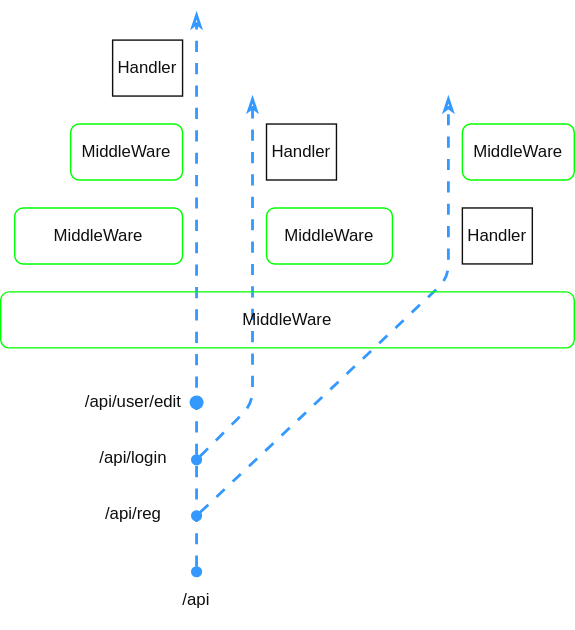
This is docs/rust/axum/images/middleware.drawio.svg from htgithub194/self-study, a draw.io export, as it was before one commit. Source tidied: cells renumbered, new cells last; positions are measured from the earlier drawing's top-left corner, leaving out a move shared by most shapes.
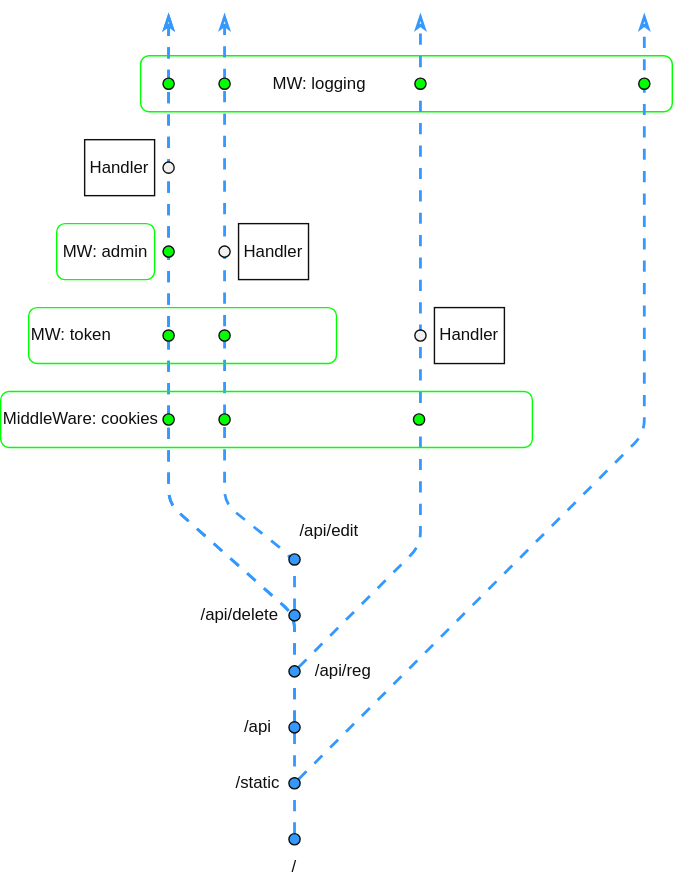
Above is the later version.

What changed in the source:
```diff
@@ -2,68 +2,154 @@
   <root>
     <mxCell id="0" />
     <mxCell id="1" parent="0" />
+    <mxCell id="18" style="endArrow=classicThin;html=1;fontColor=light-dark(#007FFF,#007FFF);strokeColor=light-dark(#3399FF,#3399FF);strokeWidth=2;endFill=0;startArrow=oval;startFill=1;flowAnimation=1;exitX=0.5;exitY=0;exitDx=0;exitDy=0;" parent="1" edge="1" source="37">
+      <mxGeometry relative="1" as="geometry">
+        <mxPoint x="140" y="-70" as="targetPoint" />
+        <Array as="points">
+          <mxPoint x="230" y="390" />
+          <mxPoint x="230" y="360" />
+          <mxPoint x="140" y="280" />
+        </Array>
+      </mxGeometry>
+    </mxCell>
+    <mxCell id="19" style="rounded=1;whiteSpace=wrap;html=1;fillColor=none;strokeColor=light-dark(#00FF00,#00FF00);fontColor=light-dark(#0F0F0F,#F0F0F0);" parent="1" vertex="1">
+      <mxGeometry x="120" y="-40" width="380" height="40" as="geometry" />
+    </mxCell>
     <mxCell id="2" style="endArrow=classicThin;html=1;fontColor=light-dark(#007FFF,#007FFF);strokeColor=light-dark(#3399FF,#3399FF);strokeWidth=2;endFill=0;startArrow=oval;startFill=1;flowAnimation=1;" parent="1" edge="1">
       <mxGeometry relative="1" as="geometry">
-        <mxPoint x="140" y="400" as="sourcePoint" />
-        <mxPoint x="140" as="targetPoint" />
+        <mxPoint x="230" y="440" as="sourcePoint" />
+        <mxPoint x="140" y="-70" as="targetPoint" />
+        <Array as="points">
+          <mxPoint x="230" y="390" />
+          <mxPoint x="230" y="360" />
+          <mxPoint x="140" y="280" />
+        </Array>
       </mxGeometry>
     </mxCell>
     <mxCell id="3" style="endArrow=classicThin;html=1;fontColor=light-dark(#007FFF,#007FFF);strokeColor=light-dark(#3399FF,#3399FF);strokeWidth=2;endFill=0;startArrow=oval;startFill=1;flowAnimation=1;" parent="1" edge="1">
       <mxGeometry relative="1" as="geometry">
-        <mxPoint x="140" y="320" as="sourcePoint" />
-        <mxPoint x="180" y="60" as="targetPoint" />
+        <mxPoint x="230" y="360" as="sourcePoint" />
+        <mxPoint x="180" y="-70" as="targetPoint" />
         <Array as="points">
+          <mxPoint x="230" y="320" />
           <mxPoint x="180" y="280" />
         </Array>
       </mxGeometry>
     </mxCell>
     <mxCell id="4" style="endArrow=classicThin;html=1;fontColor=light-dark(#007FFF,#007FFF);strokeColor=light-dark(#3399FF,#3399FF);strokeWidth=2;endFill=0;startArrow=oval;startFill=1;flowAnimation=1;" parent="1" edge="1">
       <mxGeometry relative="1" as="geometry">
-        <mxPoint x="140" y="360" as="sourcePoint" />
-        <mxPoint x="320" y="60" as="targetPoint" />
+        <mxPoint x="230" y="400" as="sourcePoint" />
+        <mxPoint x="320" y="-70" as="targetPoint" />
         <Array as="points">
-          <mxPoint x="320" y="190" />
+          <mxPoint x="320" y="310" />
+          <mxPoint x="320" y="220" />
         </Array>
       </mxGeometry>
     </mxCell>
     <mxCell id="5" value="Handler" style="text;html=1;align=center;verticalAlign=middle;whiteSpace=wrap;rounded=0;fontColor=light-dark(#0F0F0F,#F0F0F0);strokeColor=light-dark(#0F0F0F,#F0F0F0);" parent="1" vertex="1">
       <mxGeometry x="80" y="20" width="50" height="40" as="geometry" />
     </mxCell>
-    <mxCell id="6" value="MiddleWare" style="rounded=1;whiteSpace=wrap;html=1;fillColor=none;strokeColor=light-dark(#00FF00,#00FF00);fontColor=light-dark(#0F0F0F,#F0F0F0);" parent="1" vertex="1">
-      <mxGeometry y="200" width="410" height="40" as="geometry" />
+    <mxCell id="6" value="MiddleWare: cookies" style="rounded=1;whiteSpace=wrap;html=1;fillColor=none;strokeColor=light-dark(#00FF00,#00FF00);fontColor=light-dark(#0F0F0F,#F0F0F0);align=left;" parent="1" vertex="1">
+      <mxGeometry x="20" y="200" width="380" height="40" as="geometry" />
     </mxCell>
-    <mxCell id="7" value="MiddleWare" style="rounded=1;whiteSpace=wrap;html=1;fillColor=none;strokeColor=light-dark(#00FF00,#00FF00);fontColor=light-dark(#0F0F0F,#F0F0F0);" parent="1" vertex="1">
-      <mxGeometry x="10" y="140" width="120" height="40" as="geometry" />
+    <mxCell id="7" value="MW: token" style="rounded=1;whiteSpace=wrap;html=1;fillColor=none;strokeColor=light-dark(#00FF00,#00FF00);fontColor=light-dark(#0F0F0F,#F0F0F0);align=left;" parent="1" vertex="1">
+      <mxGeometry x="40" y="140" width="220" height="40" as="geometry" />
     </mxCell>
-    <mxCell id="8" value="MiddleWare" style="rounded=1;whiteSpace=wrap;html=1;fillColor=none;strokeColor=light-dark(#00FF00,#00FF00);fontColor=light-dark(#0F0F0F,#F0F0F0);" parent="1" vertex="1">
-      <mxGeometry x="50" y="80" width="80" height="40" as="geometry" />
+    <mxCell id="8" value="MW: admin" style="rounded=1;whiteSpace=wrap;html=1;fillColor=none;strokeColor=light-dark(#00FF00,#00FF00);fontColor=light-dark(#0F0F0F,#F0F0F0);" parent="1" vertex="1">
+      <mxGeometry x="60" y="80" width="70" height="40" as="geometry" />
     </mxCell>
-    <mxCell id="9" value="MiddleWare" style="rounded=1;whiteSpace=wrap;html=1;fillColor=none;strokeColor=light-dark(#00FF00,#00FF00);fontColor=light-dark(#0F0F0F,#F0F0F0);" parent="1" vertex="1">
-      <mxGeometry x="190" y="140" width="90" height="40" as="geometry" />
-    </mxCell>
     <mxCell id="10" value="Handler" style="text;html=1;align=center;verticalAlign=middle;whiteSpace=wrap;rounded=0;fontColor=light-dark(#0F0F0F,#F0F0F0);strokeColor=light-dark(#0F0F0F,#F0F0F0);" parent="1" vertex="1">
       <mxGeometry x="190" y="80" width="50" height="40" as="geometry" />
     </mxCell>
     <mxCell id="11" value="/api" style="text;html=1;align=center;verticalAlign=middle;whiteSpace=wrap;rounded=0;fontColor=light-dark(#0F0F0F,#F0F0F0);strokeColor=none;" parent="1" vertex="1">
-      <mxGeometry x="100" y="400" width="80" height="40" as="geometry" />
+      <mxGeometry x="184" y="425" width="40" height="30" as="geometry" />
     </mxCell>
     <mxCell id="12" value="Handler" style="text;html=1;align=center;verticalAlign=middle;whiteSpace=wrap;rounded=0;fontColor=light-dark(#0F0F0F,#F0F0F0);strokeColor=light-dark(#0F0F0F,#F0F0F0);" parent="1" vertex="1">
       <mxGeometry x="330" y="140" width="50" height="40" as="geometry" />
     </mxCell>
     <mxCell id="13" value="/api/reg" style="text;html=1;align=center;verticalAlign=middle;whiteSpace=wrap;rounded=0;fontColor=light-dark(#0F0F0F,#F0F0F0);strokeColor=none;" parent="1" vertex="1">
-      <mxGeometry x="55" y="339" width="80" height="40" as="geometry" />
+      <mxGeometry x="240" y="382.5" width="50" height="35" as="geometry" />
     </mxCell>
-    <mxCell id="14" style="ellipse;whiteSpace=wrap;html=1;strokeColor=none;fillColor=light-dark(#3399FF,#3399FF);" parent="1" vertex="1">
-      <mxGeometry x="135" y="274" width="10" height="10" as="geometry" />
+    <mxCell id="14" style="ellipse;whiteSpace=wrap;html=1;strokeColor=light-dark(#0F0F0F,#F0F0F0);fillColor=light-dark(#3399FF,#3399FF);" parent="1" vertex="1">
+      <mxGeometry x="226" y="356" width="8" height="8" as="geometry" />
     </mxCell>
-    <mxCell id="15" value="/api/login" style="text;html=1;align=center;verticalAlign=middle;whiteSpace=wrap;rounded=0;fontColor=light-dark(#0F0F0F,#F0F0F0);strokeColor=none;" parent="1" vertex="1">
-      <mxGeometry x="55" y="299" width="80" height="40" as="geometry" />
+    <mxCell id="15" value="/api/edit" style="text;html=1;align=center;verticalAlign=middle;whiteSpace=wrap;rounded=0;fontColor=light-dark(#0F0F0F,#F0F0F0);strokeColor=none;" parent="1" vertex="1">
+      <mxGeometry x="230" y="280" width="50" height="40" as="geometry" />
     </mxCell>
-    <mxCell id="16" value="/api/user/edit" style="text;html=1;align=center;verticalAlign=middle;whiteSpace=wrap;rounded=0;fontColor=light-dark(#0F0F0F,#F0F0F0);strokeColor=none;" parent="1" vertex="1">
-      <mxGeometry x="55" y="259" width="80" height="40" as="geometry" />
+    <mxCell id="16" value="/api/delete" style="text;html=1;align=center;verticalAlign=middle;whiteSpace=wrap;rounded=0;fontColor=light-dark(#0F0F0F,#F0F0F0);strokeColor=none;" parent="1" vertex="1">
+      <mxGeometry x="156" y="340" width="70" height="40" as="geometry" />
     </mxCell>
-    <mxCell id="17" value="MiddleWare" style="rounded=1;whiteSpace=wrap;html=1;fillColor=none;strokeColor=light-dark(#00FF00,#00FF00);fontColor=light-dark(#0F0F0F,#F0F0F0);" parent="1" vertex="1">
-      <mxGeometry x="330" y="80" width="80" height="40" as="geometry" />
-    </mxCell>
+    <mxCell id="20" style="ellipse;whiteSpace=wrap;html=1;strokeColor=light-dark(#0F0F0F,#F0F0F0);fillColor=light-dark(#3399FF,#3399FF);" parent="1" vertex="1">
+      <mxGeometry x="226" y="396" width="8" height="8" as="geometry" />
+    </mxCell>
+    <mxCell id="21" style="ellipse;whiteSpace=wrap;html=1;strokeColor=light-dark(#0F0F0F,#F0F0F0);fillColor=light-dark(#3399FF,#3399FF);" parent="1" vertex="1">
+      <mxGeometry x="226" y="436" width="8" height="8" as="geometry" />
+    </mxCell>
+    <mxCell id="22" style="ellipse;whiteSpace=wrap;html=1;strokeColor=light-dark(#0F0F0F,#F0F0F0);fillColor=light-dark(#3399FF,#3399FF);" parent="1" vertex="1">
+      <mxGeometry x="226" y="316" width="8" height="8" as="geometry" />
+    </mxCell>
+    <mxCell id="23" style="ellipse;whiteSpace=wrap;html=1;strokeColor=light-dark(#0F0F0F,#F0F0F0);fillColor=light-dark(#00FF00,#00FF00);" parent="1" vertex="1">
+      <mxGeometry x="315" y="216" width="8" height="8" as="geometry" />
+    </mxCell>
+    <mxCell id="24" style="ellipse;whiteSpace=wrap;html=1;strokeColor=light-dark(#0F0F0F,#F0F0F0);fillColor=light-dark(#00FF00,#00FF00);" parent="1" vertex="1">
+      <mxGeometry x="176" y="216" width="8" height="8" as="geometry" />
+    </mxCell>
+    <mxCell id="25" style="ellipse;whiteSpace=wrap;html=1;strokeColor=light-dark(#0F0F0F,#F0F0F0);fillColor=light-dark(#00FF00,#00FF00);" parent="1" vertex="1">
+      <mxGeometry x="316" y="-24" width="8" height="8" as="geometry" />
+    </mxCell>
+    <mxCell id="26" style="ellipse;whiteSpace=wrap;html=1;strokeColor=light-dark(#0F0F0F,#F0F0F0);fillColor=light-dark(#00FF00,#00FF00);" parent="1" vertex="1">
+      <mxGeometry x="176" y="156" width="8" height="8" as="geometry" />
+    </mxCell>
+    <mxCell id="27" style="ellipse;whiteSpace=wrap;html=1;strokeColor=light-dark(#0F0F0F,#F0F0F0);fillColor=light-dark(#00FF00,#00FF00);" parent="1" vertex="1">
+      <mxGeometry x="136" y="216" width="8" height="8" as="geometry" />
+    </mxCell>
+    <mxCell id="28" style="ellipse;whiteSpace=wrap;html=1;strokeColor=light-dark(#0F0F0F,#F0F0F0);fillColor=light-dark(#00FF00,#00FF00);" parent="1" vertex="1">
+      <mxGeometry x="136" y="156" width="8" height="8" as="geometry" />
+    </mxCell>
+    <mxCell id="29" style="ellipse;whiteSpace=wrap;html=1;strokeColor=light-dark(#0F0F0F,#F0F0F0);fillColor=light-dark(#00FF00,#00FF00);" parent="1" vertex="1">
+      <mxGeometry x="136" y="96" width="8" height="8" as="geometry" />
+    </mxCell>
+    <mxCell id="30" style="ellipse;whiteSpace=wrap;html=1;strokeColor=light-dark(#0F0F0F,#F0F0F0);fillColor=light-dark(#F0F0F0,#0F0F0F);" parent="1" vertex="1">
+      <mxGeometry x="316" y="156" width="8" height="8" as="geometry" />
+    </mxCell>
+    <mxCell id="31" style="ellipse;whiteSpace=wrap;html=1;strokeColor=light-dark(#0F0F0F,#F0F0F0);fillColor=light-dark(#F0F0F0,#0F0F0F);" parent="1" vertex="1">
+      <mxGeometry x="176" y="96" width="8" height="8" as="geometry" />
+    </mxCell>
+    <mxCell id="32" style="ellipse;whiteSpace=wrap;html=1;strokeColor=light-dark(#0F0F0F,#F0F0F0);fillColor=light-dark(#F0F0F0,#0F0F0F);" parent="1" vertex="1">
+      <mxGeometry x="136" y="36" width="8" height="8" as="geometry" />
+    </mxCell>
+    <mxCell id="33" style="ellipse;whiteSpace=wrap;html=1;strokeColor=light-dark(#0F0F0F,#F0F0F0);fillColor=light-dark(#00FF00,#00FF00);" parent="1" vertex="1">
+      <mxGeometry x="136" y="-24" width="8" height="8" as="geometry" />
+    </mxCell>
+    <mxCell id="34" style="ellipse;whiteSpace=wrap;html=1;strokeColor=light-dark(#0F0F0F,#F0F0F0);fillColor=light-dark(#00FF00,#00FF00);" parent="1" vertex="1">
+      <mxGeometry x="176" y="-24" width="8" height="8" as="geometry" />
+    </mxCell>
+    <mxCell id="35" style="endArrow=classicThin;html=1;fontColor=light-dark(#007FFF,#007FFF);strokeColor=light-dark(#3399FF,#3399FF);strokeWidth=2;endFill=0;startArrow=oval;startFill=1;flowAnimation=1;" parent="1" edge="1">
+      <mxGeometry relative="1" as="geometry">
+        <mxPoint x="230" y="480" as="sourcePoint" />
+        <mxPoint x="480" y="-70" as="targetPoint" />
+        <Array as="points">
+          <mxPoint x="480" y="230" />
+        </Array>
+      </mxGeometry>
+    </mxCell>
+    <mxCell id="36" value="/static" style="text;html=1;align=center;verticalAlign=middle;whiteSpace=wrap;rounded=0;fontColor=light-dark(#0F0F0F,#F0F0F0);strokeColor=none;" parent="1" vertex="1">
+      <mxGeometry x="184" y="460" width="40" height="40" as="geometry" />
+    </mxCell>
+    <mxCell id="37" value="/" style="text;html=1;align=center;verticalAlign=middle;whiteSpace=wrap;rounded=0;fontColor=light-dark(#0F0F0F,#F0F0F0);strokeColor=none;" parent="1" vertex="1">
+      <mxGeometry x="210" y="520" width="40" height="40" as="geometry" />
+    </mxCell>
+    <mxCell id="38" style="ellipse;whiteSpace=wrap;html=1;strokeColor=light-dark(#0F0F0F,#F0F0F0);fillColor=light-dark(#3399FF,#3399FF);" parent="1" vertex="1">
+      <mxGeometry x="226" y="476" width="8" height="8" as="geometry" />
+    </mxCell>
+    <mxCell id="39" value="MW: logging" style="text;html=1;align=center;verticalAlign=middle;whiteSpace=wrap;rounded=0;fontColor=light-dark(#0F0F0F,#F0F0F0);strokeColor=none;" parent="1" vertex="1">
+      <mxGeometry x="210" y="-40" width="76" height="40" as="geometry" />
+    </mxCell>
+    <mxCell id="40" style="ellipse;whiteSpace=wrap;html=1;strokeColor=light-dark(#0F0F0F,#F0F0F0);fillColor=light-dark(#00FF00,#00FF00);" parent="1" vertex="1">
+      <mxGeometry x="476" y="-24" width="8" height="8" as="geometry" />
+    </mxCell>
+    <mxCell id="41" style="ellipse;whiteSpace=wrap;html=1;strokeColor=light-dark(#0F0F0F,#F0F0F0);fillColor=light-dark(#3399FF,#3399FF);" parent="1" vertex="1">
+      <mxGeometry x="226" y="516" width="8" height="8" as="geometry" />
+    </mxCell>
   </root>
 </mxGraphModel>
```
